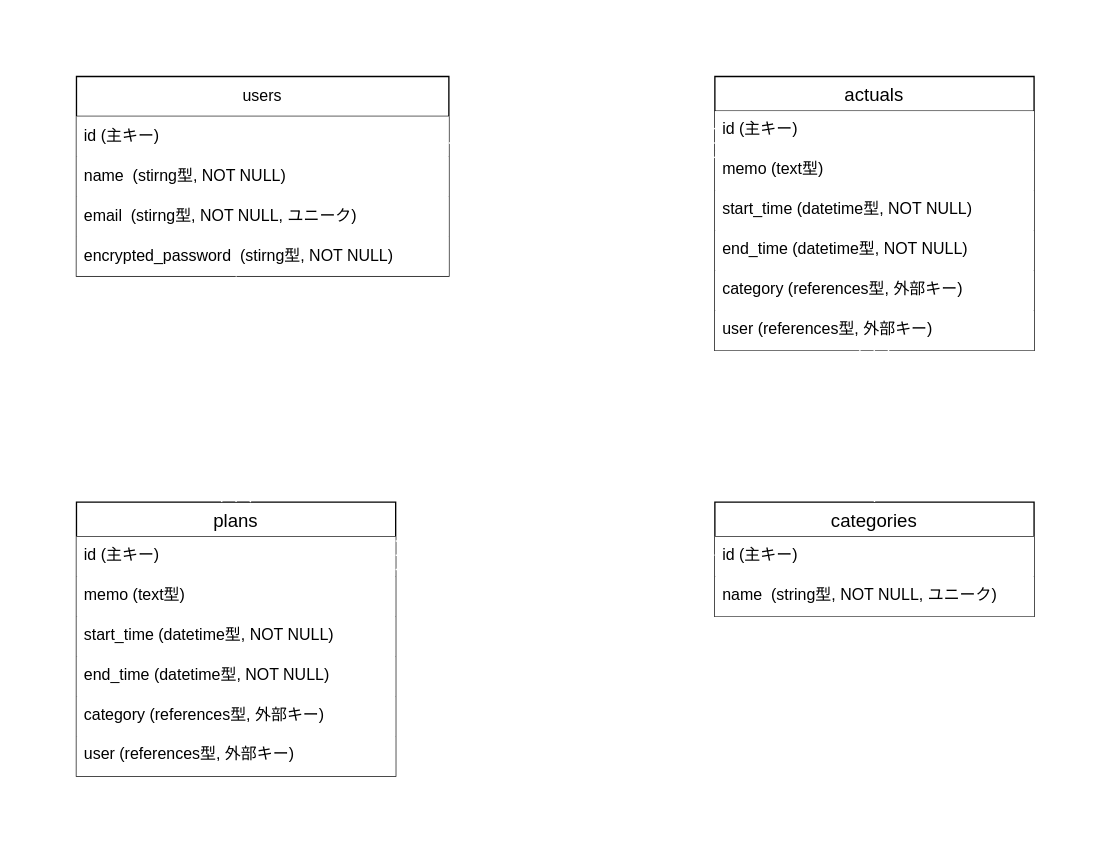
Earlier version of the draw.io diagram ER.dio (barsea/schedpoint). Source tidied: cells renumbered, new cells numbered last; positions are measured from the earlier drawing's top-left corner, leaving out a move shared by most shapes. Both pictures are drawn from the tidied source at 133%, with x=0, y=0 at pixel (76, 76).
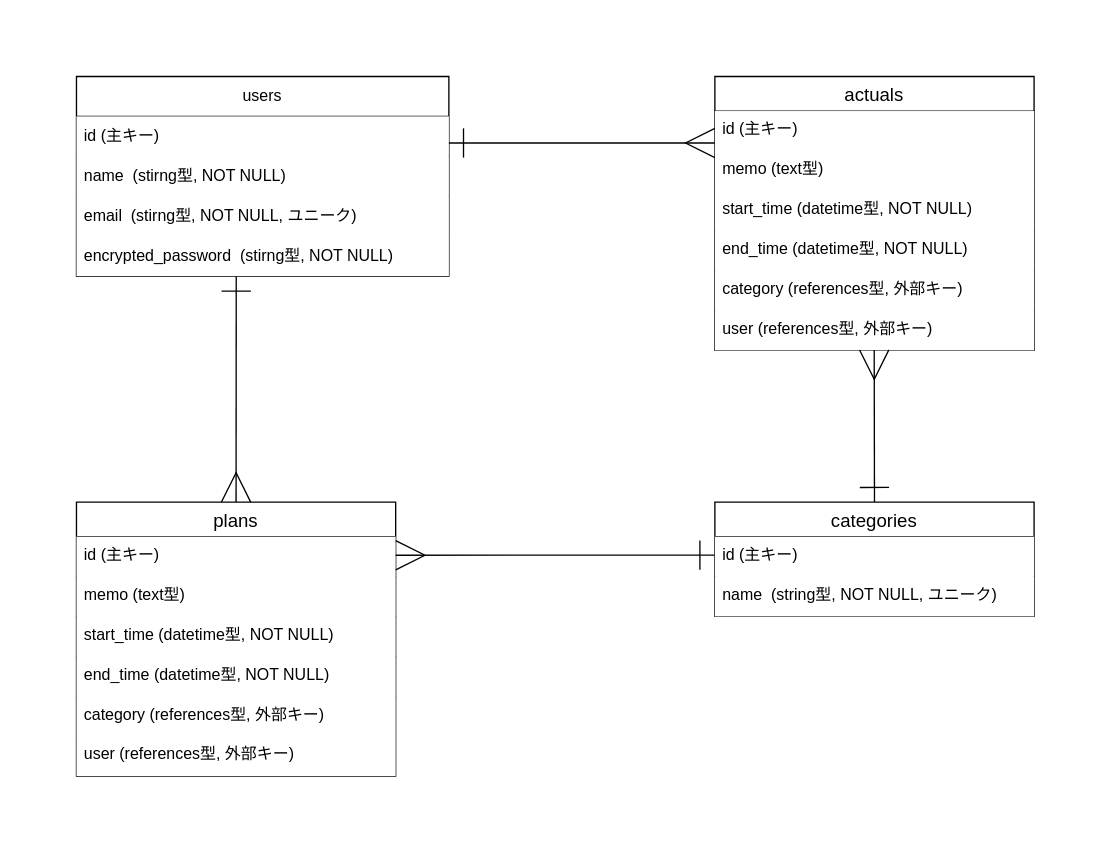
The same page after the edit.

Commit message (it also covers changes not shown here):
docs: ER図の背景を白色に、線を黒色に修正

The change refers to these unchanged cells:
```xml
<mxCell id="2" value="plans" style="swimlane;fontStyle=0;horizontal=1;startSize=26;align=center;fontSize=14;fillColor=#FFFFFF;" parent="1" vertex="1">
  <mxGeometry y="320" width="240" height="206" as="geometry" />
</mxCell>
<mxCell id="9" value="categories" style="swimlane;fontStyle=0;horizontal=1;startSize=26;align=center;fontSize=14;fillColor=#FFFFFF;" parent="1" vertex="1">
  <mxGeometry x="480" y="320" width="240" height="86" as="geometry" />
</mxCell>
<mxCell id="10" value="id (主キー)" style="text;strokeColor=none;fillColor=#FFFFFF;spacingLeft=4;spacingRight=4;overflow=hidden;points=[[0,0.5],[1,0.5]];portConstraint=eastwest;fontSize=12;whiteSpace=wrap;html=1;" parent="9" vertex="1">
  <mxGeometry y="26" width="240" height="30" as="geometry" />
</mxCell>
<mxCell id="16" value="&lt;span style=&quot;color: rgb(0, 0, 0);&quot;&gt;&lt;span style=&quot;color: rgb(0, 0, 0); text-wrap-mode: nowrap;&quot;&gt;encrypted_password&lt;/span&gt;&amp;nbsp; (stirng型, NOT NULL)&lt;/span&gt;" style="text;strokeColor=none;fillColor=#FFFFFF;align=left;verticalAlign=middle;spacingLeft=4;spacingRight=4;overflow=hidden;points=[[0,0.5],[1,0.5]];portConstraint=eastwest;whiteSpace=wrap;html=1;" parent="12" vertex="1">
  <mxGeometry y="120" width="280" height="30" as="geometry" />
</mxCell>
```

The edit, as a diff of the source:
```diff
@@
+    <mxCell id="28" style="rounded=0;whiteSpace=wrap;html=1;strokeColor=#FFFFFF;" parent="1" vertex="1">
+      <mxGeometry x="-40" y="-40" width="800" height="600" as="geometry" />
+    </mxCell>
@@
-    <mxCell id="24" style="edgeStyle=none;html=1;entryX=0;entryY=0.633;entryDx=0;entryDy=0;entryPerimeter=0;endArrow=ERmany;endFill=0;startArrow=ERone;startFill=0;targetPerimeterSpacing=0;endSize=20;startSize=20;fillColor=#FFFFFF;strokeColor=#FFFFFF;" parent="1" edge="1">
+    <mxCell id="24" style="edgeStyle=none;html=1;entryX=0;entryY=0.633;entryDx=0;entryDy=0;entryPerimeter=0;endArrow=ERmany;endFill=0;startArrow=ERone;startFill=0;targetPerimeterSpacing=0;endSize=20;startSize=20;fillColor=#FFFFFF;strokeColor=#000000;" parent="1" edge="1">
       <mxGeometry relative="1" as="geometry">
         <mxPoint x="280" y="50" as="sourcePoint" />
         <mxPoint x="480" y="50" as="targetPoint" />
       </mxGeometry>
     </mxCell>
-    <mxCell id="25" style="edgeStyle=none;html=1;endArrow=ERone;endFill=0;startArrow=ERmany;startFill=0;targetPerimeterSpacing=0;endSize=20;startSize=20;entryX=-0.001;entryY=0.462;entryDx=0;entryDy=0;entryPerimeter=0;fillColor=#FFFFFF;strokeColor=#FFFFFF;" parent="1" edge="1" target="10">
+    <mxCell id="25" style="edgeStyle=none;html=1;endArrow=ERone;endFill=0;startArrow=ERmany;startFill=0;targetPerimeterSpacing=0;endSize=20;startSize=20;entryX=-0.001;entryY=0.462;entryDx=0;entryDy=0;entryPerimeter=0;fillColor=#FFFFFF;strokeColor=#000000;" parent="1" edge="1" target="10">
       <mxGeometry relative="1" as="geometry">
         <mxPoint x="240" y="360" as="sourcePoint" />
       </mxGeometry>
     </mxCell>
-    <mxCell id="26" style="edgeStyle=none;html=1;endArrow=ERmany;endFill=0;startArrow=ERone;startFill=0;targetPerimeterSpacing=0;endSize=20;startSize=20;exitX=0.429;exitY=1.013;exitDx=0;exitDy=0;exitPerimeter=0;entryX=0.5;entryY=0;entryDx=0;entryDy=0;fillColor=#FFFFFF;strokeColor=#FFFFFF;" parent="1" edge="1" source="16" target="2">
+    <mxCell id="26" style="edgeStyle=none;html=1;endArrow=ERmany;endFill=0;startArrow=ERone;startFill=0;targetPerimeterSpacing=0;endSize=20;startSize=20;exitX=0.429;exitY=1.013;exitDx=0;exitDy=0;exitPerimeter=0;entryX=0.5;entryY=0;entryDx=0;entryDy=0;fillColor=#FFFFFF;strokeColor=#000000;" parent="1" edge="1" source="16" target="2">
       <mxGeometry relative="1" as="geometry" />
     </mxCell>
-    <mxCell id="27" style="edgeStyle=none;html=1;endArrow=ERone;endFill=0;startArrow=ERmany;startFill=0;targetPerimeterSpacing=0;endSize=20;startSize=20;exitX=0.429;exitY=1.013;exitDx=0;exitDy=0;exitPerimeter=0;entryX=0.5;entryY=0;entryDx=0;entryDy=0;fillColor=#FFFFFF;strokeColor=#FFFFFF;" parent="1" edge="1" target="9">
+    <mxCell id="27" style="edgeStyle=none;html=1;endArrow=ERone;endFill=0;startArrow=ERmany;startFill=0;targetPerimeterSpacing=0;endSize=20;startSize=20;exitX=0.429;exitY=1.013;exitDx=0;exitDy=0;exitPerimeter=0;entryX=0.5;entryY=0;entryDx=0;entryDy=0;fillColor=#FFFFFF;strokeColor=#000000;" parent="1" edge="1" target="9">
       <mxGeometry relative="1" as="geometry">
         <mxPoint x="599.8" y="205.6" as="sourcePoint" />
       </mxGeometry>
     </mxCell>
```
